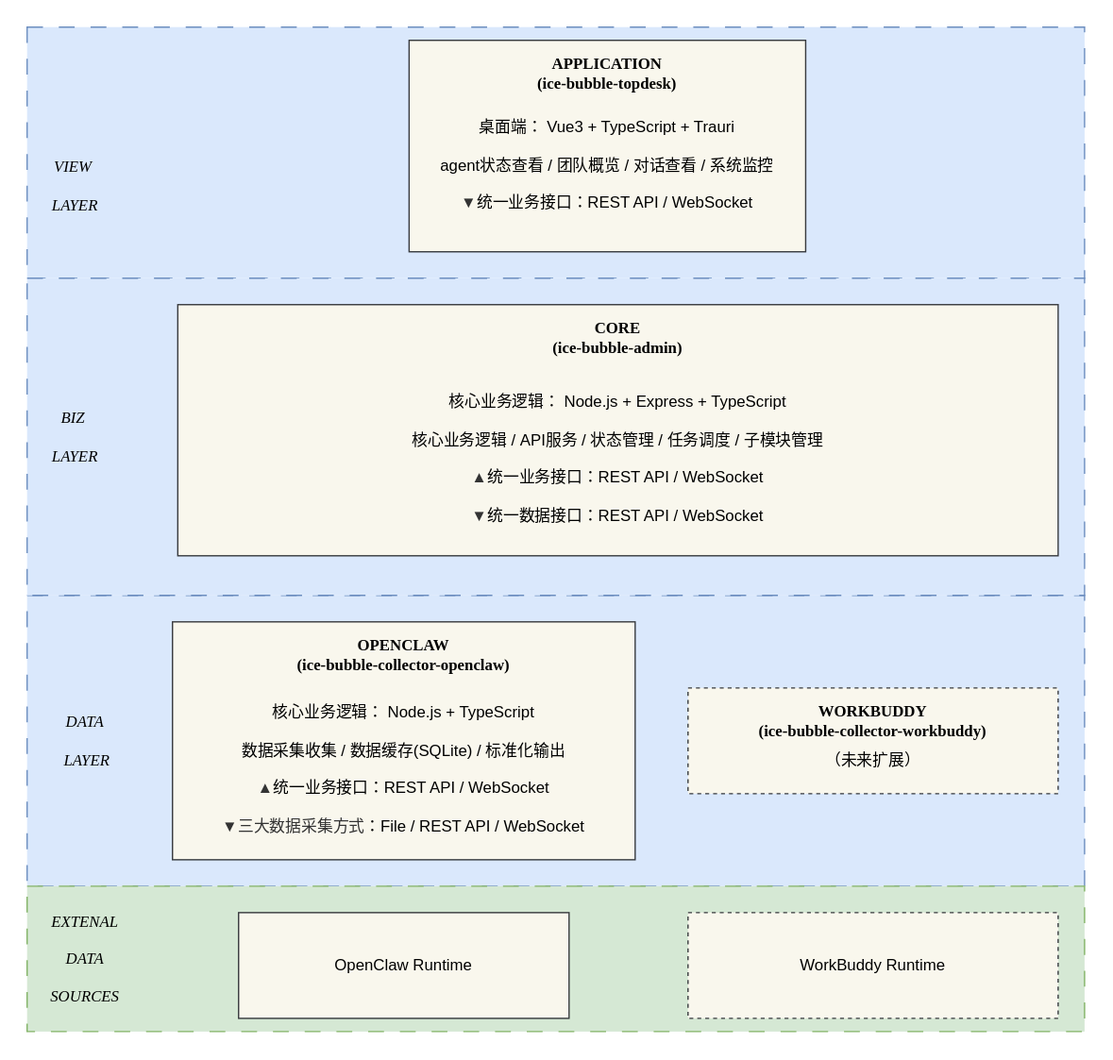
This is docs/ice-bubble.drawio.svg from SakuraSmiles/ice-bubble, a draw.io export, as it was before one commit. Source tidied: cells renumbered, new cells last; positions are measured from the earlier drawing's top-left corner, leaving out a move shared by most shapes.
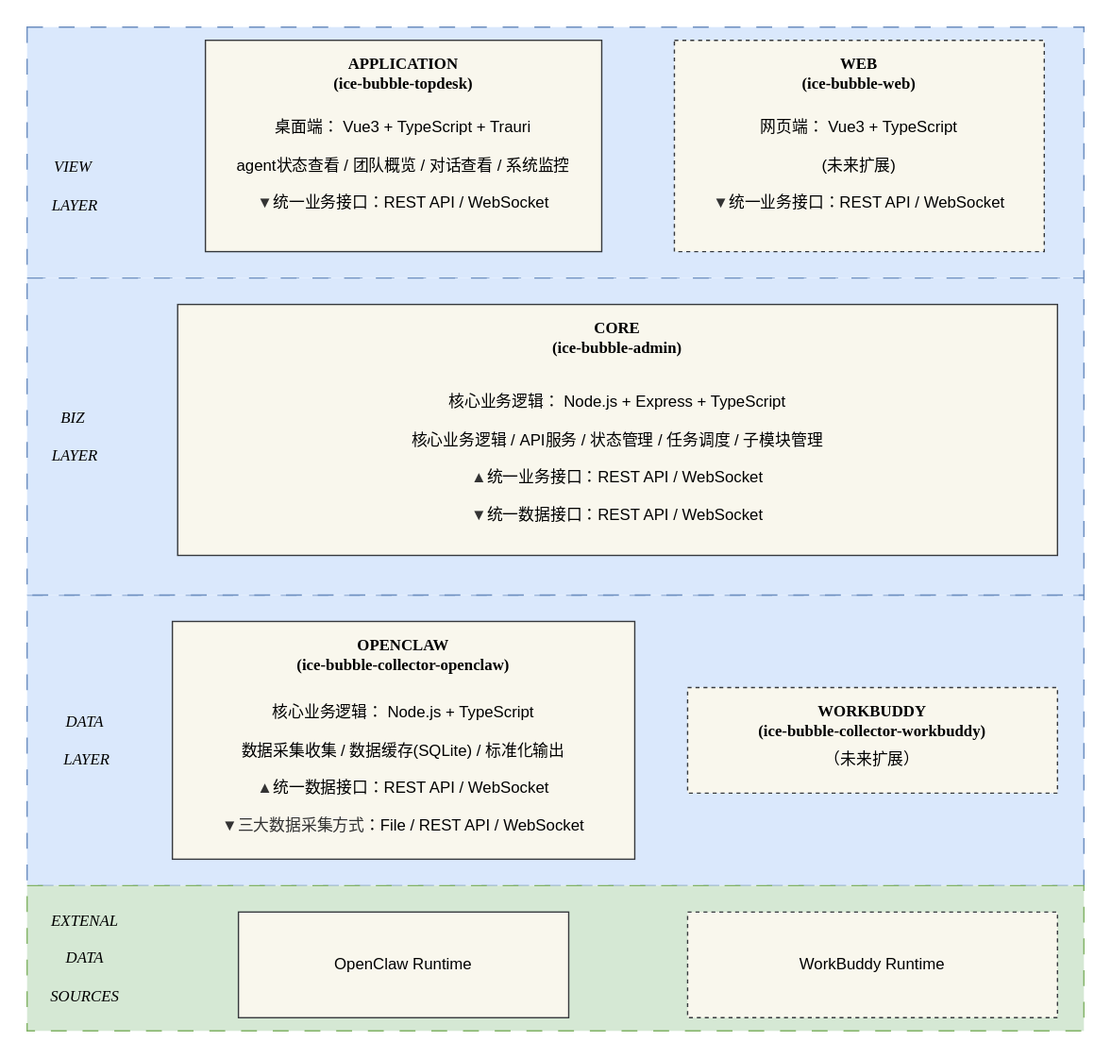
Above is the later version.

Commit message:
docs: 更新系统架构图

Diff of the diagram source:
```diff
@@ -5,7 +5,7 @@
     <mxCell id="2" style="rounded=0;whiteSpace=wrap;html=1;fillColor=#dae8fc;strokeColor=#6c8ebf;dashed=1;dashPattern=12 12;" parent="1" vertex="1">
       <mxGeometry y="430" width="800" height="220" as="geometry" />
     </mxCell>
-    <mxCell id="3" value="&lt;div&gt;&lt;span style=&quot;background-color: transparent; color: light-dark(rgb(0, 0, 0), rgb(255, 255, 255));&quot;&gt;&lt;br&gt;&lt;/span&gt;&lt;/div&gt;&lt;div&gt;&lt;span style=&quot;background-color: transparent; color: light-dark(rgb(0, 0, 0), rgb(255, 255, 255));&quot;&gt;&lt;br&gt;&lt;/span&gt;&lt;/div&gt;&lt;div&gt;&lt;span style=&quot;background-color: transparent; color: light-dark(rgb(0, 0, 0), rgb(255, 255, 255));&quot;&gt;&lt;br&gt;&lt;/span&gt;&lt;/div&gt;&lt;div&gt;&lt;span style=&quot;background-color: transparent; color: light-dark(rgb(0, 0, 0), rgb(255, 255, 255));&quot;&gt;核心业务逻辑： Node.js + TypeScript&lt;/span&gt;&lt;/div&gt;&lt;div&gt;&lt;br&gt;&lt;div&gt;数据采集收集 / 数据缓存(SQLite) / 标准化输出&lt;/div&gt;&lt;/div&gt;&lt;div&gt;&lt;br&gt;&lt;/div&gt;&lt;div&gt;&lt;span style=&quot;color: rgb(51, 51, 51); font-family: &amp;quot;PingFang SC&amp;quot;, Arial, sans-serif; text-align: start;&quot;&gt;&lt;font style=&quot;&quot;&gt;▲&lt;/font&gt;&lt;/span&gt;统一业务接口：REST API / WebSocket&lt;/div&gt;&lt;div&gt;&lt;br&gt;&lt;/div&gt;&lt;div&gt;&lt;span style=&quot;color: rgb(51, 51, 51); font-family: &amp;quot;PingFang SC&amp;quot;, Arial, sans-serif; text-align: start;&quot;&gt;&lt;font&gt;▼三大数据采集方式&lt;/font&gt;&lt;/span&gt;：File / REST API / WebSocket&lt;/div&gt;" style="rounded=0;whiteSpace=wrap;html=1;glass=0;fillColor=#f9f7ed;strokeColor=#36393d;" parent="1" vertex="1">
+    <mxCell id="3" value="&lt;div&gt;&lt;span style=&quot;background-color: transparent; color: light-dark(rgb(0, 0, 0), rgb(255, 255, 255));&quot;&gt;&lt;br&gt;&lt;/span&gt;&lt;/div&gt;&lt;div&gt;&lt;span style=&quot;background-color: transparent; color: light-dark(rgb(0, 0, 0), rgb(255, 255, 255));&quot;&gt;&lt;br&gt;&lt;/span&gt;&lt;/div&gt;&lt;div&gt;&lt;span style=&quot;background-color: transparent; color: light-dark(rgb(0, 0, 0), rgb(255, 255, 255));&quot;&gt;&lt;br&gt;&lt;/span&gt;&lt;/div&gt;&lt;div&gt;&lt;span style=&quot;background-color: transparent; color: light-dark(rgb(0, 0, 0), rgb(255, 255, 255));&quot;&gt;核心业务逻辑： Node.js + TypeScript&lt;/span&gt;&lt;/div&gt;&lt;div&gt;&lt;br&gt;&lt;div&gt;数据采集收集 / 数据缓存(SQLite) / 标准化输出&lt;/div&gt;&lt;/div&gt;&lt;div&gt;&lt;br&gt;&lt;/div&gt;&lt;div&gt;&lt;span style=&quot;color: rgb(51, 51, 51); font-family: &amp;quot;PingFang SC&amp;quot;, Arial, sans-serif; text-align: start;&quot;&gt;&lt;font style=&quot;&quot;&gt;▲&lt;/font&gt;&lt;/span&gt;统一数据接口：REST API / WebSocket&lt;/div&gt;&lt;div&gt;&lt;br&gt;&lt;/div&gt;&lt;div&gt;&lt;span style=&quot;color: rgb(51, 51, 51); font-family: &amp;quot;PingFang SC&amp;quot;, Arial, sans-serif; text-align: start;&quot;&gt;&lt;font&gt;▼三大数据采集方式&lt;/font&gt;&lt;/span&gt;：File / REST API / WebSocket&lt;/div&gt;" style="rounded=0;whiteSpace=wrap;html=1;glass=0;fillColor=#f9f7ed;strokeColor=#36393d;" parent="1" vertex="1">
       <mxGeometry x="110" y="450" width="350" height="180" as="geometry" />
     </mxCell>
     <mxCell id="4" value="&lt;font face=&quot;Verdana&quot;&gt;&lt;b&gt;OPENCLAW&lt;/b&gt;&lt;/font&gt;&lt;div&gt;&lt;font face=&quot;Verdana&quot;&gt;&lt;b&gt;(ice-bubble-collector-openclaw)&lt;/b&gt;&lt;/font&gt;&lt;/div&gt;" style="text;html=1;whiteSpace=wrap;strokeColor=none;fillColor=none;align=center;verticalAlign=middle;rounded=0;" parent="1" vertex="1">
@@ -33,10 +33,10 @@
       <mxGeometry x="114" y="220" width="666" height="30" as="geometry" />
     </mxCell>
     <mxCell id="12" value="&lt;div&gt;&lt;br&gt;&lt;/div&gt;&lt;div&gt;&lt;br&gt;&lt;/div&gt;桌面端： Vue3 + TypeScript + Trauri&lt;div&gt;&lt;br&gt;&lt;div&gt;agent状态查看 / 团队概览 / 对话查看 / 系统监控&lt;/div&gt;&lt;/div&gt;&lt;div&gt;&lt;br&gt;&lt;/div&gt;&lt;div&gt;&lt;span style=&quot;color: rgb(51, 51, 51); font-family: &amp;quot;PingFang SC&amp;quot;, Arial, sans-serif; text-align: start; background-color: transparent;&quot;&gt;▼&lt;/span&gt;统一业务接口：REST API / WebSocket&lt;/div&gt;" style="rounded=0;whiteSpace=wrap;html=1;glass=0;fillColor=#f9f7ed;strokeColor=#36393d;" parent="1" vertex="1">
-      <mxGeometry x="289" y="10" width="300" height="160" as="geometry" />
+      <mxGeometry x="135" y="10" width="300" height="160" as="geometry" />
     </mxCell>
     <mxCell id="13" value="&lt;b style=&quot;&quot;&gt;&lt;font face=&quot;Verdana&quot;&gt;APPLICATION&lt;/font&gt;&lt;/b&gt;&lt;div&gt;&lt;b style=&quot;&quot;&gt;&lt;font face=&quot;Verdana&quot;&gt;(ice-bubble-topdesk)&lt;/font&gt;&lt;/b&gt;&lt;/div&gt;" style="text;html=1;whiteSpace=wrap;strokeColor=none;fillColor=none;align=center;verticalAlign=middle;rounded=0;" parent="1" vertex="1">
-      <mxGeometry x="314" y="20" width="250" height="30" as="geometry" />
+      <mxGeometry x="160" y="20" width="250" height="30" as="geometry" />
     </mxCell>
     <mxCell id="14" style="rounded=0;whiteSpace=wrap;html=1;fillColor=#d5e8d4;strokeColor=#82b366;dashed=1;dashPattern=12 12;" parent="1" vertex="1">
       <mxGeometry y="650" width="800" height="110" as="geometry" />
@@ -62,5 +62,11 @@
     <mxCell id="21" value="&lt;b&gt;&lt;font face=&quot;Verdana&quot;&gt;WORKBUDDY&lt;/font&gt;&lt;/b&gt;&lt;div&gt;&lt;b&gt;&lt;font face=&quot;Verdana&quot;&gt;(ice-bubble-collector-workbuddy)&lt;/font&gt;&lt;/b&gt;&lt;/div&gt;" style="text;html=1;whiteSpace=wrap;strokeColor=none;fillColor=none;align=center;verticalAlign=middle;rounded=0;" parent="1" vertex="1">
       <mxGeometry x="500" y="510" width="280" height="30" as="geometry" />
     </mxCell>
+    <mxCell id="22" value="&lt;div&gt;&lt;br&gt;&lt;/div&gt;&lt;div&gt;&lt;br&gt;&lt;/div&gt;网页端： Vue3 + TypeScript&lt;div&gt;&lt;br&gt;&lt;div&gt;(未来扩展)&lt;/div&gt;&lt;/div&gt;&lt;div&gt;&lt;br&gt;&lt;/div&gt;&lt;div&gt;&lt;span style=&quot;color: rgb(51, 51, 51); font-family: &amp;quot;PingFang SC&amp;quot;, Arial, sans-serif; text-align: start; background-color: transparent;&quot;&gt;▼&lt;/span&gt;统一业务接口：REST API / WebSocket&lt;/div&gt;" style="rounded=0;whiteSpace=wrap;html=1;glass=0;fillColor=#f9f7ed;strokeColor=#36393d;dashed=1;" parent="1" vertex="1">
+      <mxGeometry x="490" y="10" width="280" height="160" as="geometry" />
+    </mxCell>
+    <mxCell id="23" value="&lt;b style=&quot;&quot;&gt;&lt;font face=&quot;Verdana&quot;&gt;WEB&lt;/font&gt;&lt;/b&gt;&lt;div&gt;&lt;b style=&quot;&quot;&gt;&lt;font face=&quot;Verdana&quot;&gt;(ice-bubble-web)&lt;/font&gt;&lt;/b&gt;&lt;/div&gt;" style="text;html=1;whiteSpace=wrap;strokeColor=none;fillColor=none;align=center;verticalAlign=middle;rounded=0;" parent="1" vertex="1">
+      <mxGeometry x="505" y="20" width="250" height="30" as="geometry" />
+    </mxCell>
   </root>
 </mxGraphModel>
```
